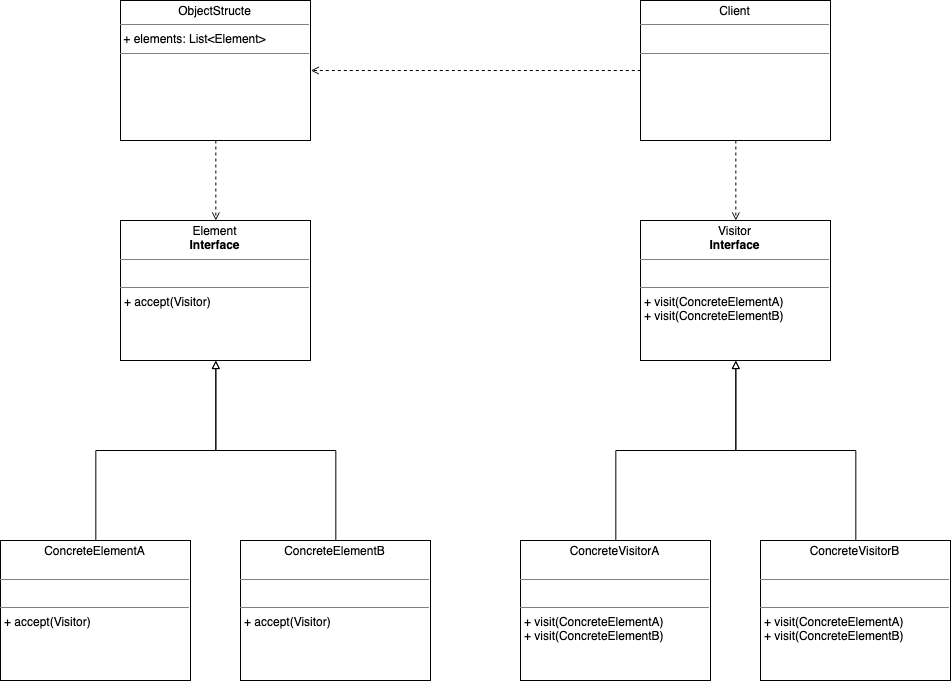
kan01234/design-patterns keeps this draw.io diagram as visitor-pattern/visitor-pattern.png. Above is the earlier version. Source tidied: cells renumbered, new cells last; positions are measured from the earlier drawing's top-left corner, leaving out a move shared by most shapes.
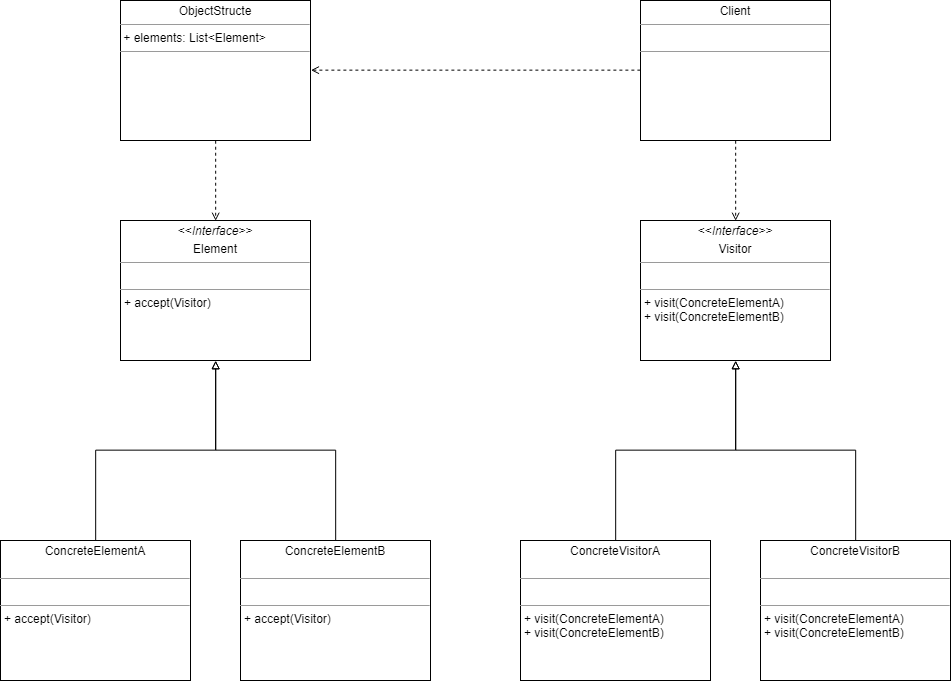
Later version of the same file.

What changed in the source:
```diff
@@ -1,50 +1,50 @@
 <mxGraphModel>
   <root>
-    <mxCell id="0" />
-    <mxCell id="1" parent="0" />
-    <mxCell id="2" value="&lt;p style=&quot;margin: 0px ; margin-top: 4px ; text-align: center&quot;&gt;Element&lt;br&gt;&lt;b&gt;Interface&lt;/b&gt;&lt;/p&gt;&lt;hr size=&quot;1&quot;&gt;&lt;p style=&quot;margin: 0px ; margin-left: 4px&quot;&gt;&lt;br&gt;&lt;/p&gt;&lt;hr size=&quot;1&quot;&gt;&lt;p style=&quot;margin: 0px ; margin-left: 4px&quot;&gt;+ accept(Visitor)&lt;br&gt;&lt;br&gt;&lt;/p&gt;" style="verticalAlign=top;align=left;overflow=fill;fontSize=12;fontFamily=Helvetica;html=1;" parent="1" vertex="1">
-      <mxGeometry x="120" y="220" width="190" height="140" as="geometry" />
-    </mxCell>
-    <mxCell id="3" value="&lt;p style=&quot;margin: 0px ; margin-top: 4px ; text-align: center&quot;&gt;Visitor&lt;br&gt;&lt;b&gt;Interface&lt;/b&gt;&lt;/p&gt;&lt;hr size=&quot;1&quot;&gt;&lt;p style=&quot;margin: 0px ; margin-left: 4px&quot;&gt;&lt;br&gt;&lt;/p&gt;&lt;hr size=&quot;1&quot;&gt;&lt;p style=&quot;margin: 0px ; margin-left: 4px&quot;&gt;+ visit(ConcreteElementA)&lt;/p&gt;&lt;p style=&quot;margin: 0px ; margin-left: 4px&quot;&gt;+ visit(ConcreteElementB)&lt;/p&gt;" style="verticalAlign=top;align=left;overflow=fill;fontSize=12;fontFamily=Helvetica;html=1;" parent="1" vertex="1">
-      <mxGeometry x="640" y="220" width="190" height="140" as="geometry" />
-    </mxCell>
-    <mxCell id="4" style="edgeStyle=orthogonalEdgeStyle;rounded=0;jettySize=auto;html=1;exitX=0.5;exitY=0;exitDx=0;exitDy=0;entryX=0.5;entryY=1;entryDx=0;entryDy=0;endArrow=block;endFill=0;" parent="1" edge="1" source="5" target="2">
-      <mxGeometry relative="1" as="geometry" />
-    </mxCell>
+    <mxCell id="17" />
+    <mxCell id="18" parent="17" />
+    <mxCell id="19" value="&lt;p style=&quot;margin: 0px ; margin-top: 4px ; text-align: center&quot;&gt;&amp;lt;&amp;lt;&lt;i&gt;Interface&amp;gt;&amp;gt;&lt;/i&gt;&lt;/p&gt;&lt;p style=&quot;margin: 0px ; margin-top: 4px ; text-align: center&quot;&gt;Element&lt;br&gt;&lt;/p&gt;&lt;hr size=&quot;1&quot;&gt;&lt;p style=&quot;margin: 0px ; margin-left: 4px&quot;&gt;&lt;br&gt;&lt;/p&gt;&lt;hr size=&quot;1&quot;&gt;&lt;p style=&quot;margin: 0px ; margin-left: 4px&quot;&gt;+ accept(Visitor)&lt;br&gt;&lt;br&gt;&lt;/p&gt;" style="verticalAlign=top;align=left;overflow=fill;fontSize=12;fontFamily=Helvetica;html=1;" parent="18" vertex="1">
+      <mxGeometry x="120" y="220" width="190" height="140" as="geometry" />
+    </mxCell>
+    <mxCell id="20" value="&lt;p style=&quot;margin: 0px ; margin-top: 4px ; text-align: center&quot;&gt;&amp;lt;&amp;lt;&lt;i&gt;Interface&amp;gt;&amp;gt;&lt;/i&gt;&lt;br&gt;&lt;/p&gt;&lt;p style=&quot;margin: 0px ; margin-top: 4px ; text-align: center&quot;&gt;Visitor&lt;br&gt;&lt;/p&gt;&lt;hr size=&quot;1&quot;&gt;&lt;p style=&quot;margin: 0px ; margin-left: 4px&quot;&gt;&lt;br&gt;&lt;/p&gt;&lt;hr size=&quot;1&quot;&gt;&lt;p style=&quot;margin: 0px ; margin-left: 4px&quot;&gt;+ visit(ConcreteElementA)&lt;/p&gt;&lt;p style=&quot;margin: 0px ; margin-left: 4px&quot;&gt;+ visit(ConcreteElementB)&lt;/p&gt;" style="verticalAlign=top;align=left;overflow=fill;fontSize=12;fontFamily=Helvetica;html=1;" parent="18" vertex="1">
+      <mxGeometry x="640" y="220" width="190" height="140" as="geometry" />
+    </mxCell>
+    <mxCell id="21" style="edgeStyle=orthogonalEdgeStyle;rounded=0;jettySize=auto;html=1;exitX=0.5;exitY=0;exitDx=0;exitDy=0;entryX=0.5;entryY=1;entryDx=0;entryDy=0;endArrow=block;endFill=0;" parent="18" edge="1" source="5" target="19">
+      <mxGeometry relative="1" as="geometry" />
+    </mxCell>
-    <mxCell id="5" value="&lt;p style=&quot;margin: 0px ; margin-top: 4px ; text-align: center&quot;&gt;ConcreteElementA&lt;br&gt;&lt;br&gt;&lt;/p&gt;&lt;hr size=&quot;1&quot;&gt;&lt;p style=&quot;margin: 0px ; margin-left: 4px&quot;&gt;&lt;br&gt;&lt;/p&gt;&lt;hr size=&quot;1&quot;&gt;&lt;p style=&quot;margin: 0px ; margin-left: 4px&quot;&gt;+ accept(Visitor)&lt;/p&gt;" style="verticalAlign=top;align=left;overflow=fill;fontSize=12;fontFamily=Helvetica;html=1;" parent="1" vertex="1">
+    <mxCell id="5" value="&lt;p style=&quot;margin: 0px ; margin-top: 4px ; text-align: center&quot;&gt;ConcreteElementA&lt;br&gt;&lt;br&gt;&lt;/p&gt;&lt;hr size=&quot;1&quot;&gt;&lt;p style=&quot;margin: 0px ; margin-left: 4px&quot;&gt;&lt;br&gt;&lt;/p&gt;&lt;hr size=&quot;1&quot;&gt;&lt;p style=&quot;margin: 0px ; margin-left: 4px&quot;&gt;+ accept(Visitor)&lt;/p&gt;" style="verticalAlign=top;align=left;overflow=fill;fontSize=12;fontFamily=Helvetica;html=1;" parent="18" vertex="1">
       <mxGeometry y="540" width="190" height="140" as="geometry" />
     </mxCell>
-    <mxCell id="6" style="edgeStyle=orthogonalEdgeStyle;rounded=0;jettySize=auto;html=1;exitX=0.5;exitY=0;exitDx=0;exitDy=0;entryX=0.5;entryY=1;entryDx=0;entryDy=0;endArrow=block;endFill=0;" parent="1" edge="1" source="7" target="2">
-      <mxGeometry relative="1" as="geometry" />
-    </mxCell>
+    <mxCell id="22" style="edgeStyle=orthogonalEdgeStyle;rounded=0;jettySize=auto;html=1;exitX=0.5;exitY=0;exitDx=0;exitDy=0;entryX=0.5;entryY=1;entryDx=0;entryDy=0;endArrow=block;endFill=0;" parent="18" edge="1" source="7" target="19">
+      <mxGeometry relative="1" as="geometry" />
+    </mxCell>
-    <mxCell id="7" value="&lt;p style=&quot;margin: 0px ; margin-top: 4px ; text-align: center&quot;&gt;ConcreteElementB&lt;br&gt;&lt;br&gt;&lt;/p&gt;&lt;hr size=&quot;1&quot;&gt;&lt;p style=&quot;margin: 0px ; margin-left: 4px&quot;&gt;&lt;br&gt;&lt;/p&gt;&lt;hr size=&quot;1&quot;&gt;&lt;p style=&quot;margin: 0px ; margin-left: 4px&quot;&gt;+ accept(Visitor)&lt;/p&gt;" style="verticalAlign=top;align=left;overflow=fill;fontSize=12;fontFamily=Helvetica;html=1;" parent="1" vertex="1">
+    <mxCell id="7" value="&lt;p style=&quot;margin: 0px ; margin-top: 4px ; text-align: center&quot;&gt;ConcreteElementB&lt;br&gt;&lt;br&gt;&lt;/p&gt;&lt;hr size=&quot;1&quot;&gt;&lt;p style=&quot;margin: 0px ; margin-left: 4px&quot;&gt;&lt;br&gt;&lt;/p&gt;&lt;hr size=&quot;1&quot;&gt;&lt;p style=&quot;margin: 0px ; margin-left: 4px&quot;&gt;+ accept(Visitor)&lt;/p&gt;" style="verticalAlign=top;align=left;overflow=fill;fontSize=12;fontFamily=Helvetica;html=1;" parent="18" vertex="1">
       <mxGeometry x="240" y="540" width="190" height="140" as="geometry" />
     </mxCell>
-    <mxCell id="8" style="edgeStyle=orthogonalEdgeStyle;rounded=0;jettySize=auto;html=1;exitX=0.5;exitY=0;exitDx=0;exitDy=0;entryX=0.5;entryY=1;entryDx=0;entryDy=0;endArrow=block;endFill=0;" parent="1" edge="1" source="9" target="3">
-      <mxGeometry relative="1" as="geometry" />
-    </mxCell>
+    <mxCell id="23" style="edgeStyle=orthogonalEdgeStyle;rounded=0;jettySize=auto;html=1;exitX=0.5;exitY=0;exitDx=0;exitDy=0;entryX=0.5;entryY=1;entryDx=0;entryDy=0;endArrow=block;endFill=0;" parent="18" edge="1" source="9" target="20">
+      <mxGeometry relative="1" as="geometry" />
+    </mxCell>
-    <mxCell id="9" value="&lt;p style=&quot;margin: 0px ; margin-top: 4px ; text-align: center&quot;&gt;ConcreteVisitorB&lt;br&gt;&lt;br&gt;&lt;/p&gt;&lt;hr size=&quot;1&quot;&gt;&lt;p style=&quot;margin: 0px ; margin-left: 4px&quot;&gt;&lt;br&gt;&lt;/p&gt;&lt;hr size=&quot;1&quot;&gt;&lt;p style=&quot;margin: 0px ; margin-left: 4px&quot;&gt;+ visit(ConcreteElementA)&lt;/p&gt;&lt;p style=&quot;margin: 0px ; margin-left: 4px&quot;&gt;+ visit(ConcreteElementB)&lt;/p&gt;" style="verticalAlign=top;align=left;overflow=fill;fontSize=12;fontFamily=Helvetica;html=1;" parent="1" vertex="1">
+    <mxCell id="9" value="&lt;p style=&quot;margin: 0px ; margin-top: 4px ; text-align: center&quot;&gt;ConcreteVisitorB&lt;br&gt;&lt;br&gt;&lt;/p&gt;&lt;hr size=&quot;1&quot;&gt;&lt;p style=&quot;margin: 0px ; margin-left: 4px&quot;&gt;&lt;br&gt;&lt;/p&gt;&lt;hr size=&quot;1&quot;&gt;&lt;p style=&quot;margin: 0px ; margin-left: 4px&quot;&gt;+ visit(ConcreteElementA)&lt;/p&gt;&lt;p style=&quot;margin: 0px ; margin-left: 4px&quot;&gt;+ visit(ConcreteElementB)&lt;/p&gt;" style="verticalAlign=top;align=left;overflow=fill;fontSize=12;fontFamily=Helvetica;html=1;" parent="18" vertex="1">
       <mxGeometry x="760" y="540" width="190" height="140" as="geometry" />
     </mxCell>
-    <mxCell id="10" style="edgeStyle=orthogonalEdgeStyle;rounded=0;jettySize=auto;html=1;exitX=0.5;exitY=0;exitDx=0;exitDy=0;entryX=0.5;entryY=1;entryDx=0;entryDy=0;endArrow=block;endFill=0;" parent="1" edge="1" source="11" target="3">
-      <mxGeometry relative="1" as="geometry" />
-    </mxCell>
+    <mxCell id="24" style="edgeStyle=orthogonalEdgeStyle;rounded=0;jettySize=auto;html=1;exitX=0.5;exitY=0;exitDx=0;exitDy=0;entryX=0.5;entryY=1;entryDx=0;entryDy=0;endArrow=block;endFill=0;" parent="18" edge="1" source="11" target="20">
+      <mxGeometry relative="1" as="geometry" />
+    </mxCell>
-    <mxCell id="11" value="&lt;p style=&quot;margin: 0px ; margin-top: 4px ; text-align: center&quot;&gt;ConcreteVisitorA&lt;br&gt;&lt;br&gt;&lt;/p&gt;&lt;hr size=&quot;1&quot;&gt;&lt;br&gt;&lt;hr size=&quot;1&quot;&gt;&lt;p style=&quot;margin: 0px ; margin-left: 4px&quot;&gt;+ visit(ConcreteElementA)&lt;/p&gt;&lt;p style=&quot;margin: 0px ; margin-left: 4px&quot;&gt;+ visit(ConcreteElementB)&lt;/p&gt;" style="verticalAlign=top;align=left;overflow=fill;fontSize=12;fontFamily=Helvetica;html=1;" parent="1" vertex="1">
+    <mxCell id="11" value="&lt;p style=&quot;margin: 0px ; margin-top: 4px ; text-align: center&quot;&gt;ConcreteVisitorA&lt;br&gt;&lt;br&gt;&lt;/p&gt;&lt;hr size=&quot;1&quot;&gt;&lt;br&gt;&lt;hr size=&quot;1&quot;&gt;&lt;p style=&quot;margin: 0px ; margin-left: 4px&quot;&gt;+ visit(ConcreteElementA)&lt;/p&gt;&lt;p style=&quot;margin: 0px ; margin-left: 4px&quot;&gt;+ visit(ConcreteElementB)&lt;/p&gt;" style="verticalAlign=top;align=left;overflow=fill;fontSize=12;fontFamily=Helvetica;html=1;" parent="18" vertex="1">
       <mxGeometry x="520" y="540" width="190" height="140" as="geometry" />
     </mxCell>
-    <mxCell id="12" style="edgeStyle=orthogonalEdgeStyle;rounded=0;jettySize=auto;html=1;exitX=0.5;exitY=1;exitDx=0;exitDy=0;endArrow=open;endFill=0;dashed=1;entryX=0.5;entryY=0;entryDx=0;entryDy=0;" parent="1" edge="1" source="14" target="3">
-      <mxGeometry relative="1" as="geometry" />
-    </mxCell>
+    <mxCell id="25" style="edgeStyle=orthogonalEdgeStyle;rounded=0;jettySize=auto;html=1;exitX=0.5;exitY=1;exitDx=0;exitDy=0;endArrow=open;endFill=0;dashed=1;entryX=0.5;entryY=0;entryDx=0;entryDy=0;" parent="18" edge="1" source="14" target="20">
+      <mxGeometry relative="1" as="geometry" />
+    </mxCell>
-    <mxCell id="13" style="edgeStyle=orthogonalEdgeStyle;rounded=0;jettySize=auto;html=1;exitX=0;exitY=0.5;exitDx=0;exitDy=0;entryX=1;entryY=0.5;entryDx=0;entryDy=0;dashed=1;endArrow=open;endFill=0;" parent="1" edge="1" source="14" target="16">
+    <mxCell id="13" style="edgeStyle=orthogonalEdgeStyle;rounded=0;jettySize=auto;html=1;exitX=0;exitY=0.5;exitDx=0;exitDy=0;entryX=1;entryY=0.5;entryDx=0;entryDy=0;dashed=1;endArrow=open;endFill=0;" parent="18" edge="1" source="14" target="16">
       <mxGeometry relative="1" as="geometry" />
     </mxCell>
-    <mxCell id="14" value="&lt;p style=&quot;margin: 0px ; margin-top: 4px ; text-align: center&quot;&gt;Client&lt;/p&gt;&lt;hr size=&quot;1&quot;&gt;&lt;p style=&quot;margin: 0px ; margin-left: 4px&quot;&gt;&lt;br&gt;&lt;/p&gt;&lt;hr size=&quot;1&quot;&gt;&lt;p style=&quot;margin: 0px ; margin-left: 4px&quot;&gt;&lt;br&gt;&lt;/p&gt;" style="verticalAlign=top;align=left;overflow=fill;fontSize=12;fontFamily=Helvetica;html=1;" parent="1" vertex="1">
+    <mxCell id="14" value="&lt;p style=&quot;margin: 0px ; margin-top: 4px ; text-align: center&quot;&gt;Client&lt;/p&gt;&lt;hr size=&quot;1&quot;&gt;&lt;p style=&quot;margin: 0px ; margin-left: 4px&quot;&gt;&lt;br&gt;&lt;/p&gt;&lt;hr size=&quot;1&quot;&gt;&lt;p style=&quot;margin: 0px ; margin-left: 4px&quot;&gt;&lt;br&gt;&lt;/p&gt;" style="verticalAlign=top;align=left;overflow=fill;fontSize=12;fontFamily=Helvetica;html=1;" parent="18" vertex="1">
       <mxGeometry x="640" width="190" height="140" as="geometry" />
     </mxCell>
-    <mxCell id="15" style="edgeStyle=orthogonalEdgeStyle;rounded=0;jettySize=auto;html=1;exitX=0.5;exitY=1;exitDx=0;exitDy=0;entryX=0.5;entryY=0;entryDx=0;entryDy=0;dashed=1;endArrow=open;endFill=0;" parent="1" edge="1" source="16" target="2">
-      <mxGeometry relative="1" as="geometry" />
-    </mxCell>
+    <mxCell id="26" style="edgeStyle=orthogonalEdgeStyle;rounded=0;jettySize=auto;html=1;exitX=0.5;exitY=1;exitDx=0;exitDy=0;entryX=0.5;entryY=0;entryDx=0;entryDy=0;dashed=1;endArrow=open;endFill=0;" parent="18" edge="1" source="16" target="19">
+      <mxGeometry relative="1" as="geometry" />
+    </mxCell>
-    <mxCell id="16" value="&lt;p style=&quot;margin: 0px ; margin-top: 4px ; text-align: center&quot;&gt;ObjectStructe&lt;br&gt;&lt;/p&gt;&lt;hr size=&quot;1&quot;&gt;&amp;nbsp;+ elements: List&amp;lt;Element&amp;gt;&lt;br&gt;&lt;hr size=&quot;1&quot;&gt;&lt;p style=&quot;margin: 0px ; margin-left: 4px&quot;&gt;&lt;br&gt;&lt;br&gt;&lt;/p&gt;" style="verticalAlign=top;align=left;overflow=fill;fontSize=12;fontFamily=Helvetica;html=1;" parent="1" vertex="1">
+    <mxCell id="16" value="&lt;p style=&quot;margin: 0px ; margin-top: 4px ; text-align: center&quot;&gt;ObjectStructe&lt;br&gt;&lt;/p&gt;&lt;hr size=&quot;1&quot;&gt;&amp;nbsp;+ elements: List&amp;lt;Element&amp;gt;&lt;br&gt;&lt;hr size=&quot;1&quot;&gt;&lt;p style=&quot;margin: 0px ; margin-left: 4px&quot;&gt;&lt;br&gt;&lt;br&gt;&lt;/p&gt;" style="verticalAlign=top;align=left;overflow=fill;fontSize=12;fontFamily=Helvetica;html=1;" parent="18" vertex="1">
       <mxGeometry x="120" width="190" height="140" as="geometry" />
     </mxCell>
   </root>
```
